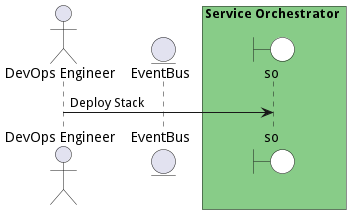
This is docs/edgemere/sml/so/usecases/managestacks/DeployStack.png from madajaju/edgemere, a PlantUML export, as it was before one commit.
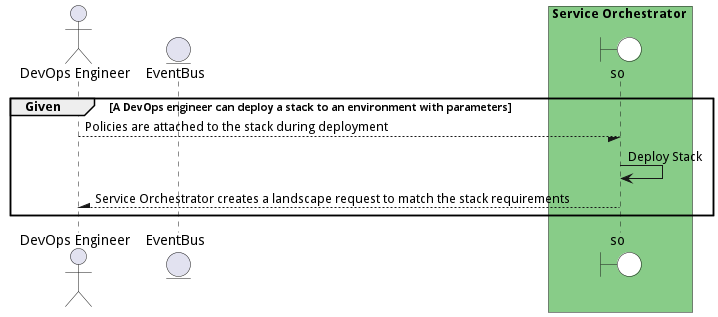
Above is the later version.

What changed in the source:
```diff
@@ -1,4 +1,5 @@
 @startuml
+
 
 actor "DevOps Engineer"
 
@@ -10,9 +11,16 @@
 end box
 
 
+group Given [A DevOps engineer can deploy a stack to an environment with parameters]
 
-"DevOps Engineer" -> so: Deploy Stack
+"DevOps Engineer" --/ so: Policies are attached to the stack during deployment
+"so" -> so: Deploy Stack
 
 
 
+"DevOps Engineer" /-- so: Service Orchestrator creates a landscape request to match the stack requirements
+
+
+end
+
 @enduml
```
